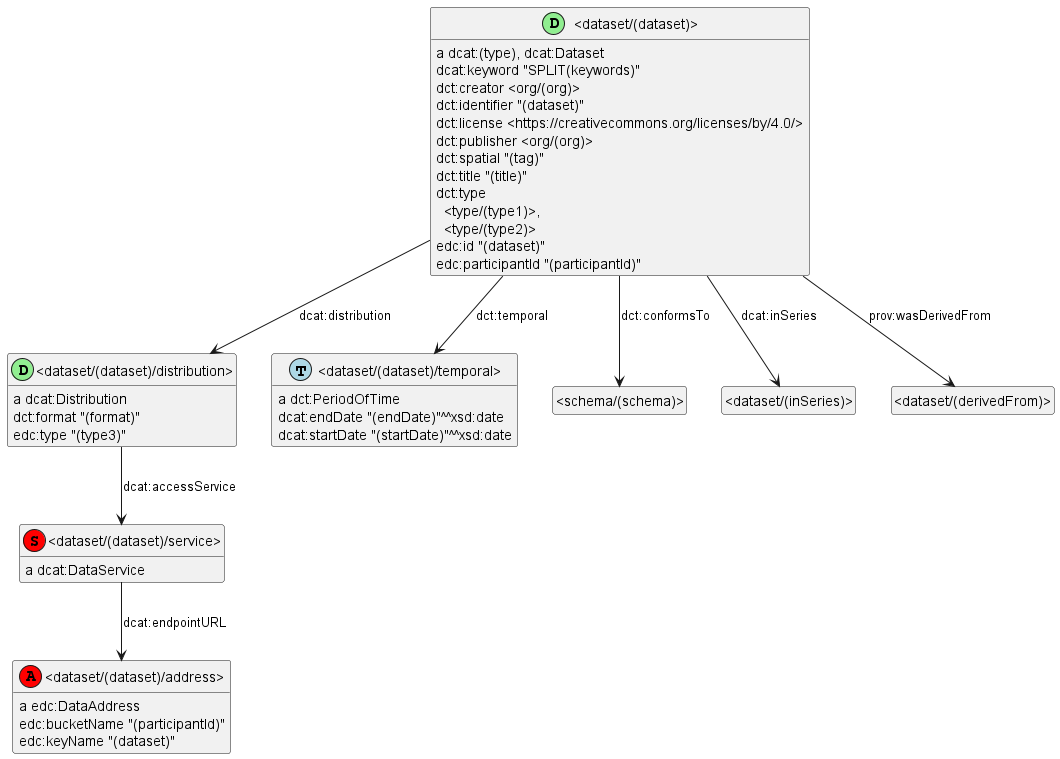
This is dataset-extra.png from underpin-project/model, a PlantUML export, as it was before one commit. The source it was exported from:
```plantuml
@startuml
hide empty members
hide circle
skinparam classAttributeIconSize 0
class _dataset_dataset_service_ as "<dataset/(dataset)/service>"
class _dataset_dataset_service_ <<(S,red)>>
show _dataset_dataset_service_ circle
class _dataset_dataset_ as "<dataset/(dataset)>"
class _dataset_dataset_ <<(D,lightgreen)>>
show _dataset_dataset_ circle
class _dataset_dataset_distribution_ as "<dataset/(dataset)/distribution>"
class _dataset_dataset_distribution_ <<(D,lightgreen)>>
show _dataset_dataset_distribution_ circle
class _dataset_dataset_temporal_ as "<dataset/(dataset)/temporal>"
class _dataset_dataset_temporal_ <<(T,lightblue)>>
show _dataset_dataset_temporal_ circle
class _dataset_dataset_address_ as "<dataset/(dataset)/address>"
class _dataset_dataset_address_ <<(A,red)>>
show _dataset_dataset_address_ circle
_dataset_dataset_distribution_ : {field} a dcat:Distribution
_dataset_dataset_distribution_ -down-> _dataset_dataset_service_ : dcat:accessService
_dataset_dataset_distribution_ : {field} dct:format "(format)"
_dataset_dataset_distribution_ : {field} edc:type "(type3)"
_dataset_dataset_ : {field} a dcat:(type), dcat:Dataset
_dataset_dataset_ -down-> _dataset_dataset_distribution_ : dcat:distribution
class _schema_schema_ as "<schema/(schema)>"
_dataset_dataset_ -down-> _schema_schema_ : dct:conformsTo
class _dataset_inSeries_ as "<dataset/(inSeries)>"
_dataset_dataset_ -down-> _dataset_inSeries_ : dcat:inSeries
_dataset_dataset_ -down-> _dataset_dataset_temporal_ : dct:temporal
class _dataset_derivedFrom_ as "<dataset/(derivedFrom)>"
_dataset_dataset_ -down-> _dataset_derivedFrom_ : prov:wasDerivedFrom
_dataset_dataset_ : {field} dcat:keyword "SPLIT(keywords)"
_dataset_dataset_ : {field} dct:creator <org/(org)>
_dataset_dataset_ : {field} dct:identifier "(dataset)"
_dataset_dataset_ : {field} dct:license <https://creativecommons.org/licenses/by/4.0/>
_dataset_dataset_ : {field} dct:publisher <org/(org)>
_dataset_dataset_ : {field} dct:spatial "(tag)"
_dataset_dataset_ : {field} dct:title "(title)"
_dataset_dataset_ : {field} dct:type\n  <type/(type1)>,\n  <type/(type2)>
_dataset_dataset_ : {field} edc:id "(dataset)"
_dataset_dataset_ : {field} edc:participantId "(participantId)"
_dataset_dataset_temporal_ : {field} a dct:PeriodOfTime
_dataset_dataset_temporal_ : {field} dcat:endDate "(endDate)"^^xsd:date
_dataset_dataset_temporal_ : {field} dcat:startDate "(startDate)"^^xsd:date
_dataset_dataset_address_ : {field} a edc:DataAddress
_dataset_dataset_address_ : {field} edc:bucketName "(participantId)"
_dataset_dataset_address_ : {field} edc:keyName "(dataset)"
_dataset_dataset_service_ : {field} a dcat:DataService
_dataset_dataset_service_ -down-> _dataset_dataset_address_ : dcat:endpointURL
@enduml
```
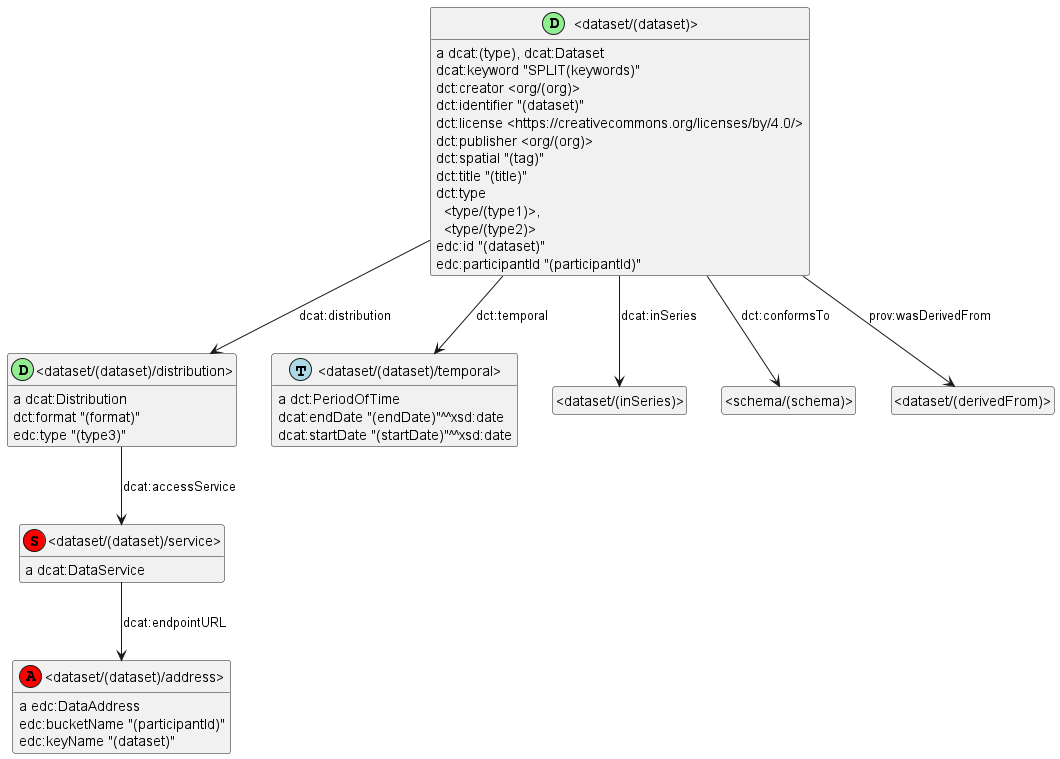
The same file after the commit.

Commit message:
add #dataset-relations

The edit, as a diff of the source:
```diff
@@ -17,16 +17,21 @@
 class _dataset_dataset_address_ as "<dataset/(dataset)/address>"
 class _dataset_dataset_address_ <<(A,red)>>
 show _dataset_dataset_address_ circle
+_dataset_dataset_service_ : {field} a dcat:DataService
+_dataset_dataset_service_ -down-> _dataset_dataset_address_ : dcat:endpointURL
 _dataset_dataset_distribution_ : {field} a dcat:Distribution
 _dataset_dataset_distribution_ -down-> _dataset_dataset_service_ : dcat:accessService
 _dataset_dataset_distribution_ : {field} dct:format "(format)"
 _dataset_dataset_distribution_ : {field} edc:type "(type3)"
+_dataset_dataset_address_ : {field} a edc:DataAddress
+_dataset_dataset_address_ : {field} edc:bucketName "(participantId)"
+_dataset_dataset_address_ : {field} edc:keyName "(dataset)"
 _dataset_dataset_ : {field} a dcat:(type), dcat:Dataset
 _dataset_dataset_ -down-> _dataset_dataset_distribution_ : dcat:distribution
+class _dataset_inSeries_ as "<dataset/(inSeries)>"
+_dataset_dataset_ -down-> _dataset_inSeries_ : dcat:inSeries
 class _schema_schema_ as "<schema/(schema)>"
 _dataset_dataset_ -down-> _schema_schema_ : dct:conformsTo
-class _dataset_inSeries_ as "<dataset/(inSeries)>"
-_dataset_dataset_ -down-> _dataset_inSeries_ : dcat:inSeries
 _dataset_dataset_ -down-> _dataset_dataset_temporal_ : dct:temporal
 class _dataset_derivedFrom_ as "<dataset/(derivedFrom)>"
 _dataset_dataset_ -down-> _dataset_derivedFrom_ : prov:wasDerivedFrom
@@ -43,9 +48,4 @@
 _dataset_dataset_temporal_ : {field} a dct:PeriodOfTime
 _dataset_dataset_temporal_ : {field} dcat:endDate "(endDate)"^^xsd:date
 _dataset_dataset_temporal_ : {field} dcat:startDate "(startDate)"^^xsd:date
-_dataset_dataset_address_ : {field} a edc:DataAddress
-_dataset_dataset_address_ : {field} edc:bucketName "(participantId)"
-_dataset_dataset_address_ : {field} edc:keyName "(dataset)"
-_dataset_dataset_service_ : {field} a dcat:DataService
-_dataset_dataset_service_ -down-> _dataset_dataset_address_ : dcat:endpointURL
 @enduml
```
